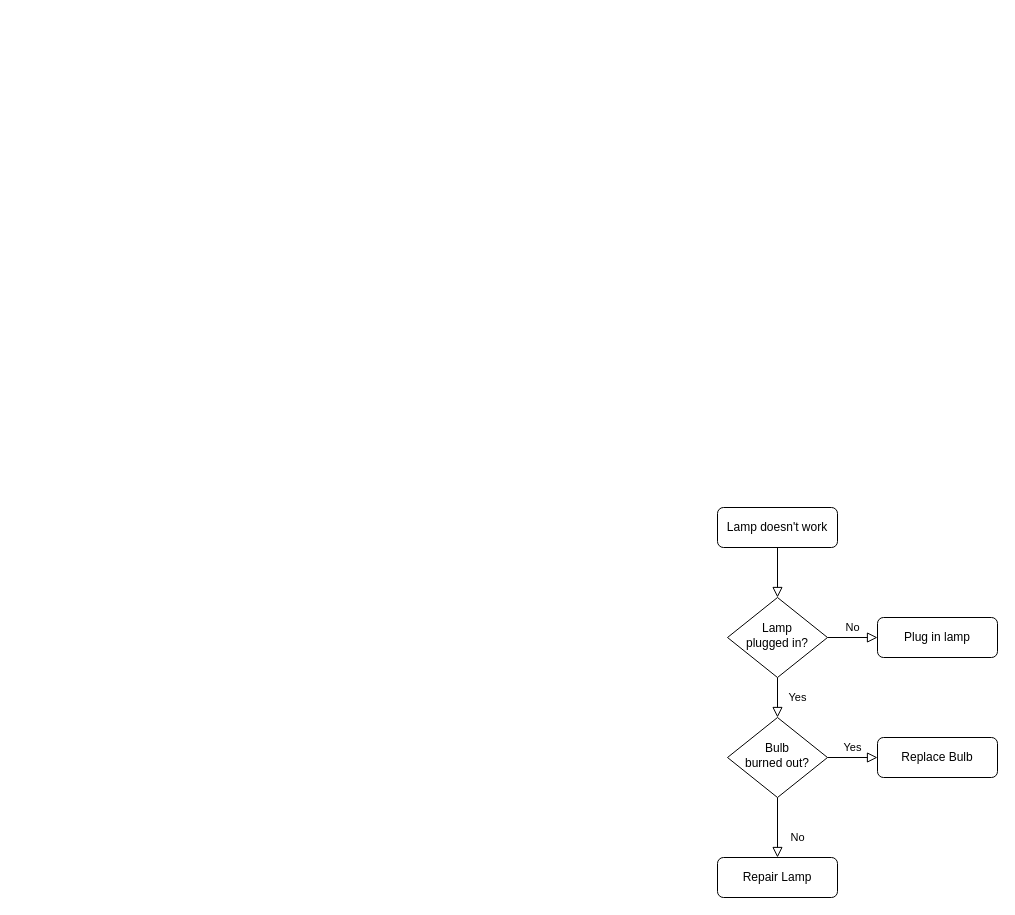
The draw.io diagram Untitled Diagram.drawio in frankg77/ummmm, before the edit. Source tidied: cells renumbered, new cells numbered last; positions are measured from the earlier drawing's top-left corner, leaving out a move shared by most shapes. Both pictures are drawn from the tidied source at 100%, with x=0, y=0 at pixel (717, 507).
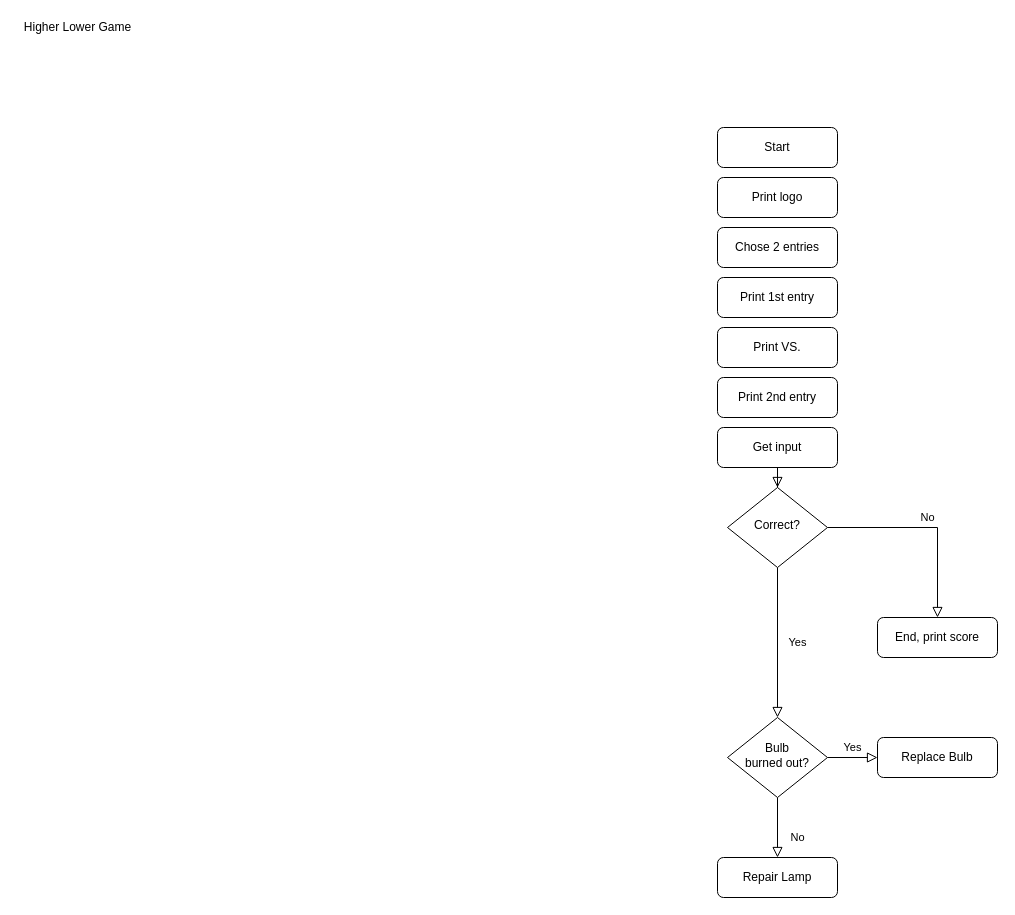
The same diagram, later.

The edit, as a diff of the source:
```diff
@@
 <mxGraphModel>
   <root>
     <mxCell id="0" />
     <mxCell id="1" parent="0" />
-    <mxCell id="2" style="rounded=0;html=1;jettySize=auto;fontSize=11;endArrow=block;endFill=0;endSize=8;strokeWidth=1;shadow=0;labelBackgroundColor=none;edgeStyle=orthogonalEdgeStyle;" parent="1" edge="1" source="3" target="6">
+    <mxCell id="2" style="rounded=0;html=1;jettySize=auto;fontSize=11;endArrow=block;endFill=0;endSize=8;strokeWidth=1;shadow=0;labelBackgroundColor=none;edgeStyle=orthogonalEdgeStyle;startArrow=none;" parent="1" edge="1" source="19" target="6">
       <mxGeometry relative="1" as="geometry" />
     </mxCell>
-    <mxCell id="3" value="Lamp doesn't work" style="rounded=1;whiteSpace=wrap;html=1;fontSize=12;glass=0;strokeWidth=1;shadow=0;" parent="1" vertex="1">
-      <mxGeometry width="120" height="40" as="geometry" />
+    <mxCell id="3" value="Start" style="rounded=1;whiteSpace=wrap;html=1;fontSize=12;glass=0;strokeWidth=1;shadow=0;" parent="1" vertex="1">
+      <mxGeometry y="-380" width="120" height="40" as="geometry" />
     </mxCell>
     <mxCell id="4" value="Yes" style="rounded=0;html=1;jettySize=auto;fontSize=11;endArrow=block;endFill=0;endSize=8;strokeWidth=1;shadow=0;labelBackgroundColor=none;edgeStyle=orthogonalEdgeStyle;" parent="1" edge="1" source="6" target="10">
       <mxGeometry y="20" relative="1" as="geometry" />
     </mxCell>
     <mxCell id="5" value="No" style="edgeStyle=orthogonalEdgeStyle;rounded=0;html=1;jettySize=auto;fontSize=11;endArrow=block;endFill=0;endSize=8;strokeWidth=1;shadow=0;labelBackgroundColor=none;" parent="1" edge="1" source="6" target="7">
       <mxGeometry y="10" relative="1" as="geometry" />
     </mxCell>
-    <mxCell id="6" value="Lamp&lt;br&gt;plugged in?" style="rhombus;whiteSpace=wrap;html=1;shadow=0;fontFamily=Helvetica;fontSize=12;align=center;strokeWidth=1;spacing=6;spacingTop=-4;" parent="1" vertex="1">
-      <mxGeometry x="10" y="90" width="100" height="80" as="geometry" />
+    <mxCell id="6" value="Correct?" style="rhombus;whiteSpace=wrap;html=1;shadow=0;fontFamily=Helvetica;fontSize=12;align=center;strokeWidth=1;spacing=6;spacingTop=-4;" parent="1" vertex="1">
+      <mxGeometry x="10" y="-20" width="100" height="80" as="geometry" />
     </mxCell>
-    <mxCell id="7" value="Plug in lamp" style="rounded=1;whiteSpace=wrap;html=1;fontSize=12;glass=0;strokeWidth=1;shadow=0;" parent="1" vertex="1">
+    <mxCell id="7" value="End, print score" style="rounded=1;whiteSpace=wrap;html=1;fontSize=12;glass=0;strokeWidth=1;shadow=0;" parent="1" vertex="1">
       <mxGeometry x="160" y="110" width="120" height="40" as="geometry" />
     </mxCell>
     <mxCell id="8" value="No" style="rounded=0;html=1;jettySize=auto;fontSize=11;endArrow=block;endFill=0;endSize=8;strokeWidth=1;shadow=0;labelBackgroundColor=none;edgeStyle=orthogonalEdgeStyle;" parent="1" edge="1" source="10" target="11">
       <mxGeometry x="0.33" y="20" relative="1" as="geometry" />
     </mxCell>
     <mxCell id="9" value="Yes" style="edgeStyle=orthogonalEdgeStyle;rounded=0;html=1;jettySize=auto;fontSize=11;endArrow=block;endFill=0;endSize=8;strokeWidth=1;shadow=0;labelBackgroundColor=none;" parent="1" edge="1" source="10" target="12">
       <mxGeometry y="10" relative="1" as="geometry" />
     </mxCell>
     <mxCell id="10" value="Bulb&lt;br&gt;burned out?" style="rhombus;whiteSpace=wrap;html=1;shadow=0;fontFamily=Helvetica;fontSize=12;align=center;strokeWidth=1;spacing=6;spacingTop=-4;" parent="1" vertex="1">
       <mxGeometry x="10" y="210" width="100" height="80" as="geometry" />
     </mxCell>
     <mxCell id="11" value="Repair Lamp" style="rounded=1;whiteSpace=wrap;html=1;fontSize=12;glass=0;strokeWidth=1;shadow=0;" parent="1" vertex="1">
       <mxGeometry y="350" width="120" height="40" as="geometry" />
     </mxCell>
     <mxCell id="12" value="Replace Bulb" style="rounded=1;whiteSpace=wrap;html=1;fontSize=12;glass=0;strokeWidth=1;shadow=0;" parent="1" vertex="1">
       <mxGeometry x="160" y="230" width="120" height="40" as="geometry" />
     </mxCell>
+    <mxCell id="13" value="Higher Lower Game" style="text;html=1;align=center;verticalAlign=middle;strokeColor=none;fillColor=none;" parent="1" vertex="1">
+      <mxGeometry x="-700" y="-490" width="120" height="20" as="geometry" />
+    </mxCell>
+    <mxCell id="14" value="Print logo" style="rounded=1;whiteSpace=wrap;html=1;fontSize=12;glass=0;strokeWidth=1;shadow=0;" parent="1" vertex="1">
+      <mxGeometry y="-330" width="120" height="40" as="geometry" />
+    </mxCell>
+    <mxCell id="15" value="Chose 2 entries" style="rounded=1;whiteSpace=wrap;html=1;fontSize=12;glass=0;strokeWidth=1;shadow=0;" parent="1" vertex="1">
+      <mxGeometry y="-280" width="120" height="40" as="geometry" />
+    </mxCell>
+    <mxCell id="16" value="Print 1st entry" style="rounded=1;whiteSpace=wrap;html=1;fontSize=12;glass=0;strokeWidth=1;shadow=0;" parent="1" vertex="1">
+      <mxGeometry y="-230" width="120" height="40" as="geometry" />
+    </mxCell>
+    <mxCell id="17" value="Print VS." style="rounded=1;whiteSpace=wrap;html=1;fontSize=12;glass=0;strokeWidth=1;shadow=0;" parent="1" vertex="1">
+      <mxGeometry y="-180" width="120" height="40" as="geometry" />
+    </mxCell>
+    <mxCell id="18" value="Print 2nd entry" style="rounded=1;whiteSpace=wrap;html=1;fontSize=12;glass=0;strokeWidth=1;shadow=0;" parent="1" vertex="1">
+      <mxGeometry y="-130" width="120" height="40" as="geometry" />
+    </mxCell>
+    <mxCell id="19" value="Get input" style="rounded=1;whiteSpace=wrap;html=1;fontSize=12;glass=0;strokeWidth=1;shadow=0;" parent="1" vertex="1">
+      <mxGeometry y="-80" width="120" height="40" as="geometry" />
+    </mxCell>
   </root>
 </mxGraphModel>
```
